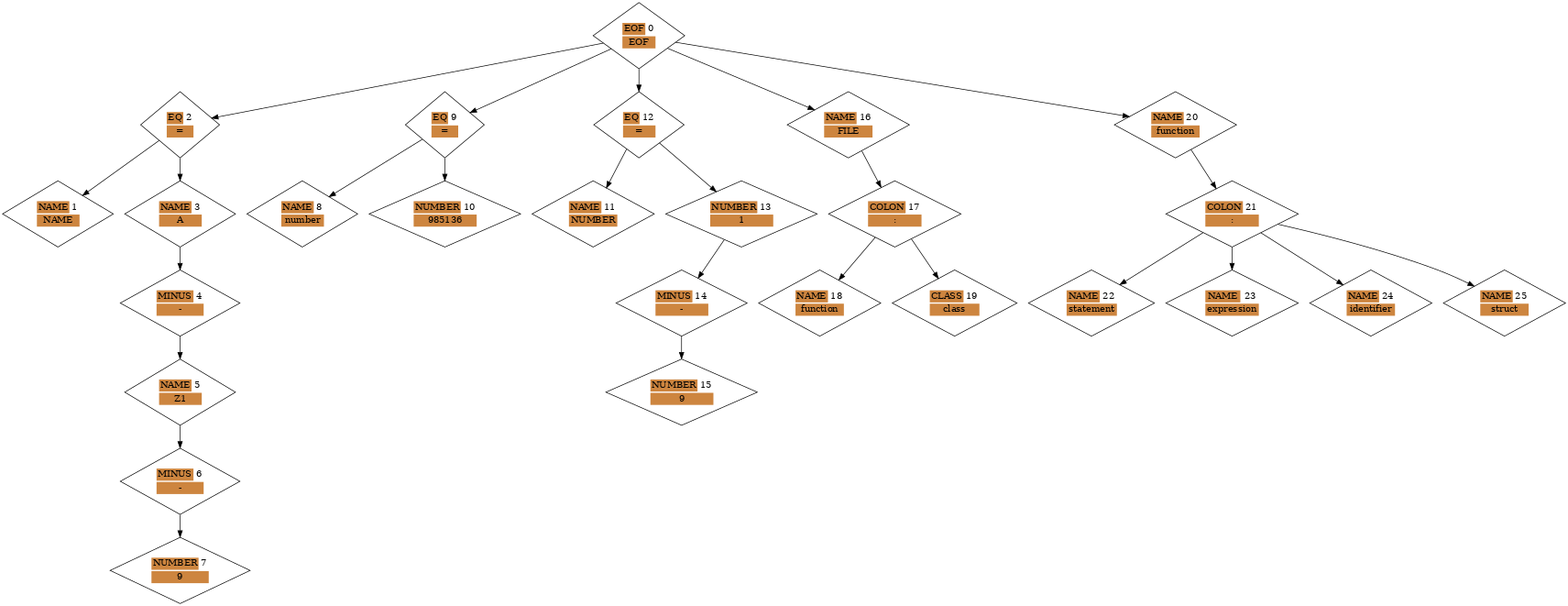
Earlier version of the Graphviz export graph.png (1mchlkrpch/Rebecca). Its source is kept beside it as graph.dot.
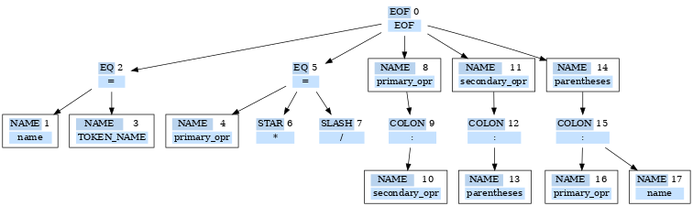
After the commit.

Diff of the diagram source:
```diff
@@ -1,210 +1,146 @@
 digraph G{
 	graph [ dpi = 50 ];
-	n0 [shape=diamond label=<
+	n0 [shape=none label=<
 		<table border="0">
-			<tr><td colspan="1" bgcolor="Peru">EOF</td><td>0</td></tr>
-			<tr><td colspan="2" bgcolor="Peru">EOF</td></tr>
+			<tr><td colspan="1" bgcolor="slategray2">EOF</td><td>0</td></tr>
+			<tr><td colspan="2" bgcolor="slategray1">EOF</td></tr>
 		</table>
 	>]
 
-	n2 [shape=diamond label=<
+	n2 [shape=none label=<
 		<table border="0">
-			<tr><td colspan="1" bgcolor="Peru">EQ</td><td>2</td></tr>
-			<tr><td colspan="2" bgcolor="Peru">=</td></tr>
+			<tr><td colspan="1" bgcolor="slategray2">EQ</td><td>2</td></tr>
+			<tr><td colspan="2" bgcolor="slategray1">=</td></tr>
 		</table>
 	>]
 
-	n1 [shape=diamond label=<
+	n1 [shape=rectangle label=<
 		<table border="0">
-			<tr><td colspan="1" bgcolor="Peru">NAME</td><td>1</td></tr>
-			<tr><td colspan="2" bgcolor="Peru">NAME</td></tr>
+			<tr><td colspan="1" bgcolor="slategray2">NAME</td><td>1</td></tr>
+			<tr><td colspan="2" bgcolor="slategray1">name</td></tr>
 		</table>
 	>]
 
-	n3 [shape=diamond label=<
+	n3 [shape=rectangle label=<
 		<table border="0">
-			<tr><td colspan="1" bgcolor="Peru">NAME</td><td>3</td></tr>
-			<tr><td colspan="2" bgcolor="Peru">A</td></tr>
+			<tr><td colspan="1" bgcolor="slategray2">NAME</td><td>3</td></tr>
+			<tr><td colspan="2" bgcolor="slategray1">TOKEN_NAME</td></tr>
 		</table>
 	>]
 
-	n4 [shape=diamond label=<
+	n5 [shape=none label=<
 		<table border="0">
-			<tr><td colspan="1" bgcolor="Peru">MINUS</td><td>4</td></tr>
-			<tr><td colspan="2" bgcolor="Peru">-</td></tr>
+			<tr><td colspan="1" bgcolor="slategray2">EQ</td><td>5</td></tr>
+			<tr><td colspan="2" bgcolor="slategray1">=</td></tr>
 		</table>
 	>]
 
-	n5 [shape=diamond label=<
+	n4 [shape=rectangle label=<
 		<table border="0">
-			<tr><td colspan="1" bgcolor="Peru">NAME</td><td>5</td></tr>
-			<tr><td colspan="2" bgcolor="Peru">Z1</td></tr>
+			<tr><td colspan="1" bgcolor="slategray2">NAME</td><td>4</td></tr>
+			<tr><td colspan="2" bgcolor="slategray1">primary_opr</td></tr>
 		</table>
 	>]
 
-	n6 [shape=diamond label=<
+	n6 [shape=none label=<
 		<table border="0">
-			<tr><td colspan="1" bgcolor="Peru">MINUS</td><td>6</td></tr>
-			<tr><td colspan="2" bgcolor="Peru">-</td></tr>
+			<tr><td colspan="1" bgcolor="slategray2">STAR</td><td>6</td></tr>
+			<tr><td colspan="2" bgcolor="slategray1">*</td></tr>
 		</table>
 	>]
 
-	n7 [shape=diamond label=<
+	n7 [shape=none label=<
 		<table border="0">
-			<tr><td colspan="1" bgcolor="Peru">NUMBER</td><td>7</td></tr>
-			<tr><td colspan="2" bgcolor="Peru">9</td></tr>
+			<tr><td colspan="1" bgcolor="slategray2">SLASH</td><td>7</td></tr>
+			<tr><td colspan="2" bgcolor="slategray1">/</td></tr>
 		</table>
 	>]
 
-	n9 [shape=diamond label=<
+	n8 [shape=rectangle label=<
 		<table border="0">
-			<tr><td colspan="1" bgcolor="Peru">EQ</td><td>9</td></tr>
-			<tr><td colspan="2" bgcolor="Peru">=</td></tr>
+			<tr><td colspan="1" bgcolor="slategray2">NAME</td><td>8</td></tr>
+			<tr><td colspan="2" bgcolor="slategray1">primary_opr</td></tr>
 		</table>
 	>]
 
-	n8 [shape=diamond label=<
+	n9 [shape=none label=<
 		<table border="0">
-			<tr><td colspan="1" bgcolor="Peru">NAME</td><td>8</td></tr>
-			<tr><td colspan="2" bgcolor="Peru">number</td></tr>
+			<tr><td colspan="1" bgcolor="slategray2">COLON</td><td>9</td></tr>
+			<tr><td colspan="2" bgcolor="slategray1">:</td></tr>
 		</table>
 	>]
 
-	n10 [shape=diamond label=<
+	n10 [shape=rectangle label=<
 		<table border="0">
-			<tr><td colspan="1" bgcolor="Peru">NUMBER</td><td>10</td></tr>
-			<tr><td colspan="2" bgcolor="Peru">985136</td></tr>
+			<tr><td colspan="1" bgcolor="slategray2">NAME</td><td>10</td></tr>
+			<tr><td colspan="2" bgcolor="slategray1">secondary_opr</td></tr>
 		</table>
 	>]
 
-	n12 [shape=diamond label=<
+	n11 [shape=rectangle label=<
 		<table border="0">
-			<tr><td colspan="1" bgcolor="Peru">EQ</td><td>12</td></tr>
-			<tr><td colspan="2" bgcolor="Peru">=</td></tr>
+			<tr><td colspan="1" bgcolor="slategray2">NAME</td><td>11</td></tr>
+			<tr><td colspan="2" bgcolor="slategray1">secondary_opr</td></tr>
 		</table>
 	>]
 
-	n11 [shape=diamond label=<
+	n12 [shape=none label=<
 		<table border="0">
-			<tr><td colspan="1" bgcolor="Peru">NAME</td><td>11</td></tr>
-			<tr><td colspan="2" bgcolor="Peru">NUMBER</td></tr>
+			<tr><td colspan="1" bgcolor="slategray2">COLON</td><td>12</td></tr>
+			<tr><td colspan="2" bgcolor="slategray1">:</td></tr>
 		</table>
 	>]
 
-	n13 [shape=diamond label=<
+	n13 [shape=rectangle label=<
 		<table border="0">
-			<tr><td colspan="1" bgcolor="Peru">NUMBER</td><td>13</td></tr>
-			<tr><td colspan="2" bgcolor="Peru">1</td></tr>
+			<tr><td colspan="1" bgcolor="slategray2">NAME</td><td>13</td></tr>
+			<tr><td colspan="2" bgcolor="slategray1">parentheses</td></tr>
 		</table>
 	>]
 
-	n14 [shape=diamond label=<
+	n14 [shape=rectangle label=<
 		<table border="0">
-			<tr><td colspan="1" bgcolor="Peru">MINUS</td><td>14</td></tr>
-			<tr><td colspan="2" bgcolor="Peru">-</td></tr>
+			<tr><td colspan="1" bgcolor="slategray2">NAME</td><td>14</td></tr>
+			<tr><td colspan="2" bgcolor="slategray1">parentheses</td></tr>
 		</table>
 	>]
 
-	n15 [shape=diamond label=<
+	n15 [shape=none label=<
 		<table border="0">
-			<tr><td colspan="1" bgcolor="Peru">NUMBER</td><td>15</td></tr>
-			<tr><td colspan="2" bgcolor="Peru">9</td></tr>
+			<tr><td colspan="1" bgcolor="slategray2">COLON</td><td>15</td></tr>
+			<tr><td colspan="2" bgcolor="slategray1">:</td></tr>
 		</table>
 	>]
 
-	n16 [shape=diamond label=<
+	n16 [shape=rectangle label=<
 		<table border="0">
-			<tr><td colspan="1" bgcolor="Peru">NAME</td><td>16</td></tr>
-			<tr><td colspan="2" bgcolor="Peru">FILE</td></tr>
+			<tr><td colspan="1" bgcolor="slategray2">NAME</td><td>16</td></tr>
+			<tr><td colspan="2" bgcolor="slategray1">primary_opr</td></tr>
 		</table>
 	>]
 
-	n17 [shape=diamond label=<
+	n17 [shape=rectangle label=<
 		<table border="0">
-			<tr><td colspan="1" bgcolor="Peru">COLON</td><td>17</td></tr>
-			<tr><td colspan="2" bgcolor="Peru">:</td></tr>
-		</table>
-	>]
-
-	n18 [shape=diamond label=<
-		<table border="0">
-			<tr><td colspan="1" bgcolor="Peru">NAME</td><td>18</td></tr>
-			<tr><td colspan="2" bgcolor="Peru">function</td></tr>
-		</table>
-	>]
-
-	n19 [shape=diamond label=<
-		<table border="0">
-			<tr><td colspan="1" bgcolor="Peru">CLASS</td><td>19</td></tr>
-			<tr><td colspan="2" bgcolor="Peru">class</td></tr>
-		</table>
-	>]
-
-	n20 [shape=diamond label=<
-		<table border="0">
-			<tr><td colspan="1" bgcolor="Peru">NAME</td><td>20</td></tr>
-			<tr><td colspan="2" bgcolor="Peru">function</td></tr>
-		</table>
-	>]
-
-	n21 [shape=diamond label=<
-		<table border="0">
-			<tr><td colspan="1" bgcolor="Peru">COLON</td><td>21</td></tr>
-			<tr><td colspan="2" bgcolor="Peru">:</td></tr>
-		</table>
-	>]
-
-	n22 [shape=diamond label=<
-		<table border="0">
-			<tr><td colspan="1" bgcolor="Peru">NAME</td><td>22</td></tr>
-			<tr><td colspan="2" bgcolor="Peru">statement</td></tr>
-		</table>
-	>]
-
-	n23 [shape=diamond label=<
-		<table border="0">
-			<tr><td colspan="1" bgcolor="Peru">NAME</td><td>23</td></tr>
-			<tr><td colspan="2" bgcolor="Peru">expression</td></tr>
-		</table>
-	>]
-
-	n24 [shape=diamond label=<
-		<table border="0">
-			<tr><td colspan="1" bgcolor="Peru">NAME</td><td>24</td></tr>
-			<tr><td colspan="2" bgcolor="Peru">identifier</td></tr>
-		</table>
-	>]
-
-	n25 [shape=diamond label=<
-		<table border="0">
-			<tr><td colspan="1" bgcolor="Peru">NAME</td><td>25</td></tr>
-			<tr><td colspan="2" bgcolor="Peru">struct</td></tr>
+			<tr><td colspan="1" bgcolor="slategray2">NAME</td><td>17</td></tr>
+			<tr><td colspan="2" bgcolor="slategray1">name</td></tr>
 		</table>
 	>]
 
 	n0 -> n2
-	n0 -> n9
-	n0 -> n12
-	n0 -> n16
-	n0 -> n20
+	n0 -> n5
+	n0 -> n8
+	n0 -> n11
+	n0 -> n14
 	n2 -> n1
 	n2 -> n3
-	n3 -> n4
-	n4 -> n5
+	n5 -> n4
 	n5 -> n6
-	n6 -> n7
-	n9 -> n8
+	n5 -> n7
+	n8 -> n9
 	n9 -> n10
-	n12 -> n11
+	n11 -> n12
 	n12 -> n13
-	n13 -> n14
 	n14 -> n15
-	n16 -> n17
-	n17 -> n18
-	n17 -> n19
-	n20 -> n21
-	n21 -> n22
-	n21 -> n23
-	n21 -> n24
-	n21 -> n25
+	n15 -> n16
+	n15 -> n17
 }
```
